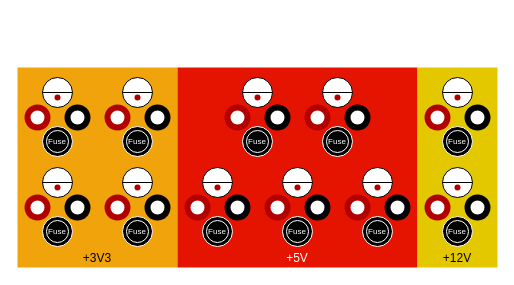
The draw.io diagram page "Interface Panel" (2 of 2) of ATX Based Bench Power Supply.drawio in ChanEilFhios/circuits, before the edit. Source tidied: cells renumbered, new cells numbered last; positions are measured from the earlier drawing's top-left corner, leaving out a move shared by most shapes. Both pictures are drawn from the tidied source at 100%, with x=0, y=0 at pixel (17, 67).
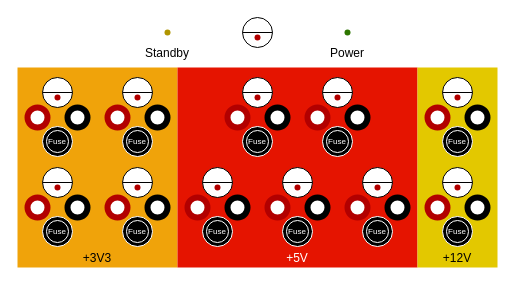
After the change.

Commit message (it also covers changes not shown here):
Cleanup, mock main power switch and lights

The edit, as a diff of the source:
```diff
@@
+    <mxCell id="82" style="group;verticalAlign=top;labelPosition=center;verticalLabelPosition=bottom;align=center;" parent="1" vertex="1">
+      <mxGeometry x="225" y="-50" width="30" height="30" as="geometry" />
+    </mxCell>
+    <mxCell id="83" style="shape=lineEllipse;perimeter=ellipsePerimeter;whiteSpace=wrap;html=1;backgroundOutline=1;" parent="82" vertex="1">
+      <mxGeometry width="30" height="30" as="geometry" />
+    </mxCell>
+    <mxCell id="84" style="shape=waypoint;sketch=0;fillStyle=solid;size=6;fillColor=#e51400;perimeter=centerPerimeter;fontColor=#ffffff;strokeColor=#B20000;" parent="82" vertex="1">
+      <mxGeometry x="5" y="10" width="20" height="20" as="geometry" />
+    </mxCell>
+    <mxCell id="85" value="Standby" style="shape=waypoint;sketch=0;fillStyle=solid;size=6;fillColor=#e3c800;perimeter=centerPerimeter;verticalAlign=bottom;labelPosition=center;verticalLabelPosition=bottom;align=center;fontColor=#000000;strokeColor=#B09500;" parent="1" vertex="1">
+      <mxGeometry x="140" y="-45" width="20" height="20" as="geometry" />
+    </mxCell>
+    <mxCell id="86" value="Power" style="shape=waypoint;sketch=0;fillStyle=solid;size=6;fillColor=#60a917;perimeter=centerPerimeter;labelPosition=center;verticalLabelPosition=bottom;align=center;verticalAlign=bottom;fontColor=#000000;strokeColor=#2D7600;" parent="1" vertex="1">
+      <mxGeometry x="320" y="-45" width="20" height="20" as="geometry" />
+    </mxCell>
```
